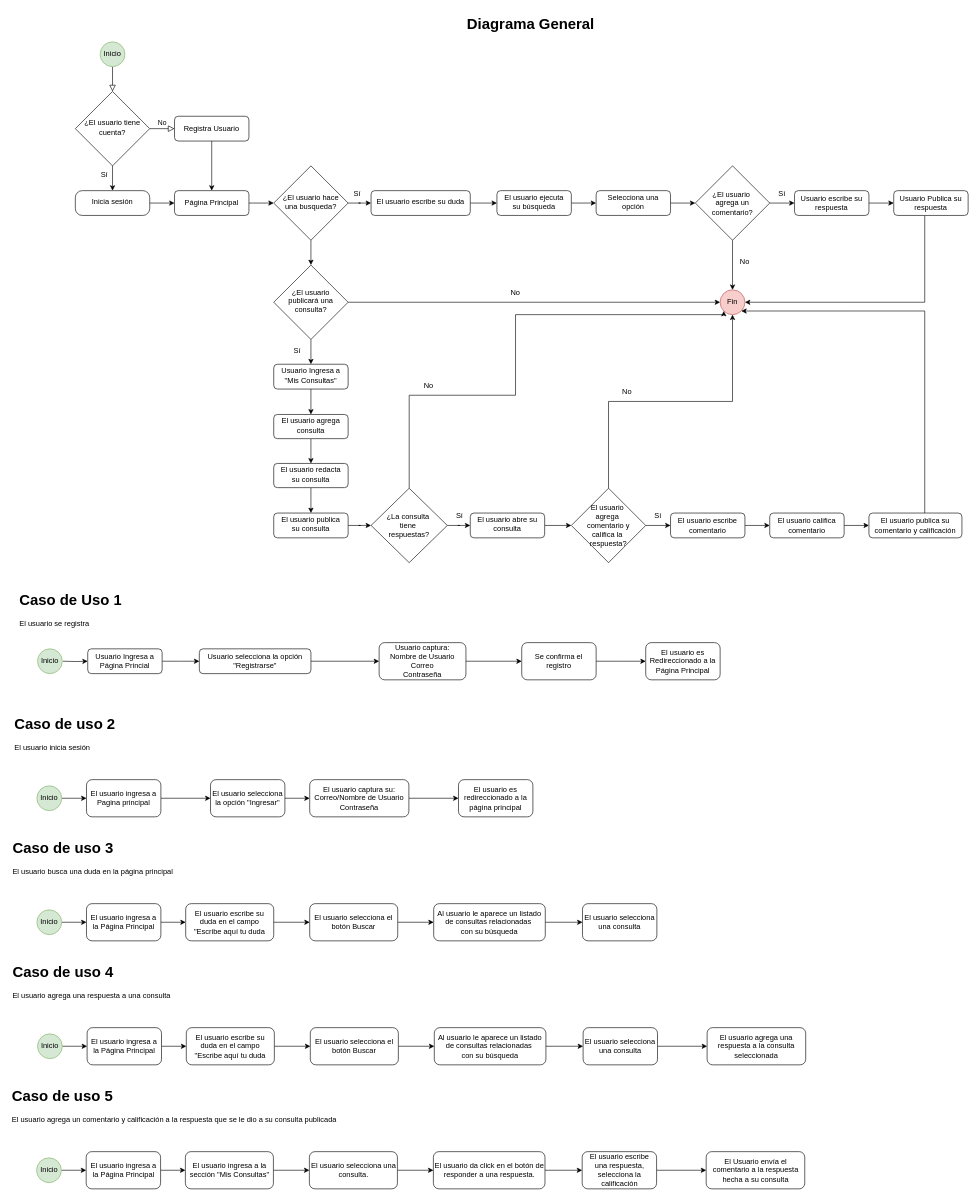
The draw.io diagram Diagrama sin título.drawio in ELENAHCH18/Proyecto_Colabora, before the edit. Source tidied: cells renumbered, new cells numbered last; positions are measured from the earlier drawing's top-left corner, leaving out a move shared by most shapes. Both pictures are drawn from the tidied source at 62%, with x=0, y=0 at pixel (11, 11).
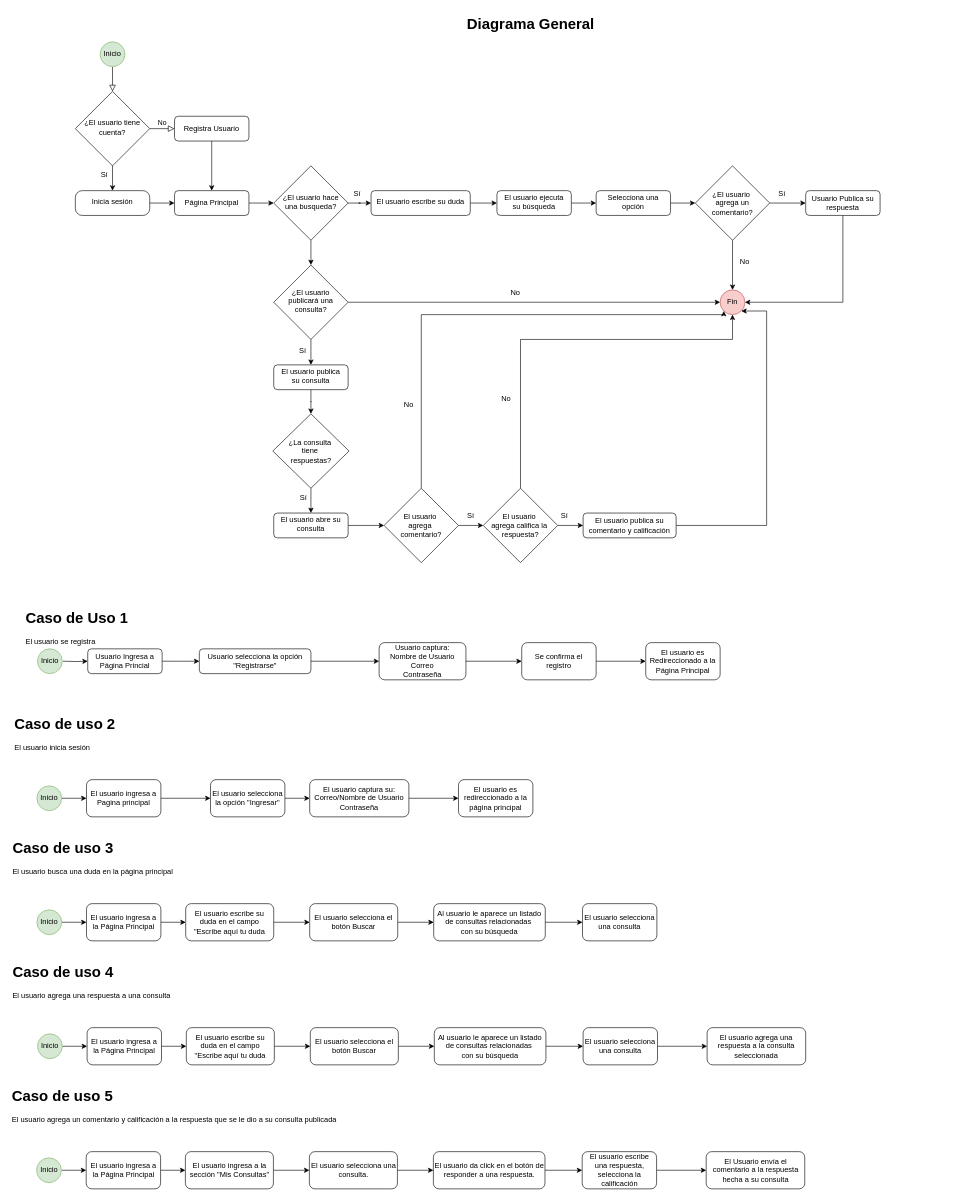
Above is the later version.

The change refers to these unchanged cells:
```xml
<mxCell id="15" value="¿El usuario&lt;div&gt;publicará una&lt;/div&gt;&lt;div&gt;consulta?&lt;/div&gt;" style="rhombus;whiteSpace=wrap;html=1;shadow=0;fontFamily=Helvetica;fontSize=12;align=center;strokeWidth=1;spacing=6;spacingTop=-4;" parent="1" vertex="1">
  <mxGeometry x="424" y="410" width="120" height="120" as="geometry" />
</mxCell>
<mxCell id="29" value="Fin" style="ellipse;whiteSpace=wrap;html=1;fillColor=#f8cecc;strokeColor=#b85450;" parent="1" vertex="1">
  <mxGeometry x="1144" y="450" width="40" height="40" as="geometry" />
</mxCell>
<mxCell id="35" value="¿El usuario&amp;nbsp;&lt;div&gt;agrega un comentario?&lt;/div&gt;" style="rhombus;whiteSpace=wrap;html=1;" parent="1" vertex="1">
  <mxGeometry x="1104" y="250" width="120" height="120" as="geometry" />
</mxCell>
```

The edit, as a diff of the source:
```diff
@@
-    <mxCell id="13" style="edgeStyle=orthogonalEdgeStyle;rounded=0;jettySize=auto;html=1;exitX=0.5;exitY=1;exitDx=0;exitDy=0;" parent="1" edge="1" source="15" target="24">
+    <mxCell id="13" style="edgeStyle=orthogonalEdgeStyle;rounded=0;jettySize=auto;html=1;exitX=0.5;exitY=1;exitDx=0;exitDy=0;entryX=0.5;entryY=0;entryDx=0;entryDy=0;" parent="1" edge="1" source="15" target="44">
       <mxGeometry relative="1" as="geometry" />
     </mxCell>
@@
-    <mxCell id="23" style="edgeStyle=orthogonalEdgeStyle;rounded=0;jettySize=auto;html=1;exitX=0.5;exitY=1;exitDx=0;exitDy=0;" parent="1" edge="1" source="24" target="28">
-      <mxGeometry relative="1" as="geometry" />
-    </mxCell>
-    <mxCell id="24" value="Usuario Ingresa a &quot;Mis Consultas&quot;" style="rounded=1;whiteSpace=wrap;html=1;shadow=0;strokeWidth=1;spacing=6;spacingTop=-4;" parent="1" vertex="1">
-      <mxGeometry x="424" y="570" width="120" height="40" as="geometry" />
-    </mxCell>
     <mxCell id="25" value="Sí" style="text;html=1;align=center;verticalAlign=middle;whiteSpace=wrap;rounded=0;" parent="1" vertex="1">
-      <mxGeometry x="432" y="534" width="60" height="30" as="geometry" />
+      <mxGeometry x="441" y="534" width="60" height="30" as="geometry" />
     </mxCell>
@@
-    <mxCell id="27" style="edgeStyle=orthogonalEdgeStyle;rounded=0;jettySize=auto;html=1;" parent="1" edge="1" source="28" target="46">
-      <mxGeometry relative="1" as="geometry" />
-    </mxCell>
-    <mxCell id="28" value="El usuario agrega consulta" style="whiteSpace=wrap;html=1;rounded=1;shadow=0;strokeWidth=1;spacing=6;spacingTop=-4;" parent="1" vertex="1">
-      <mxGeometry x="424" y="651" width="120" height="39" as="geometry" />
-    </mxCell>
@@
-    <mxCell id="33" style="edgeStyle=orthogonalEdgeStyle;rounded=0;jettySize=auto;html=1;" parent="1" edge="1" source="35" target="38">
+    <mxCell id="33" style="edgeStyle=orthogonalEdgeStyle;rounded=0;jettySize=auto;html=1;entryX=0;entryY=0.5;entryDx=0;entryDy=0;" parent="1" edge="1" source="35" target="40">
       <mxGeometry relative="1" as="geometry" />
     </mxCell>
@@
-    <mxCell id="37" style="edgeStyle=orthogonalEdgeStyle;rounded=0;jettySize=auto;html=1;" parent="1" edge="1" source="38" target="40">
-      <mxGeometry relative="1" as="geometry" />
-    </mxCell>
-    <mxCell id="38" value="Usuario escribe su respuesta" style="rounded=1;whiteSpace=wrap;html=1;" parent="1" vertex="1">
-      <mxGeometry x="1264" y="290" width="120" height="40" as="geometry" />
-    </mxCell>
-    <mxCell id="39" style="edgeStyle=orthogonalEdgeStyle;rounded=0;jettySize=auto;html=1;entryX=1;entryY=0.5;entryDx=0;entryDy=0;" parent="1" edge="1" source="40" target="29">
+    <mxCell id="39" style="edgeStyle=orthogonalEdgeStyle;rounded=0;jettySize=auto;html=1;entryX=1;entryY=0.5;entryDx=0;entryDy=0;exitX=0.5;exitY=1;exitDx=0;exitDy=0;" parent="1" edge="1" source="40" target="29">
       <mxGeometry relative="1" as="geometry">
         <Array as="points">
-          <mxPoint x="1474" y="470" />
+          <mxPoint x="1342" y="470" />
         </Array>
       </mxGeometry>
     </mxCell>
     <mxCell id="40" value="Usuario Publica su respuesta" style="rounded=1;whiteSpace=wrap;html=1;" parent="1" vertex="1">
-      <mxGeometry x="1424" y="290" width="120" height="40" as="geometry" />
+      <mxGeometry x="1282" y="290" width="120" height="40" as="geometry" />
     </mxCell>
@@
     <mxCell id="44" value="El usuario publica su consulta" style="whiteSpace=wrap;html=1;rounded=1;shadow=0;strokeWidth=1;spacing=6;spacingTop=-4;" parent="1" vertex="1">
-      <mxGeometry x="424" y="810" width="120" height="40" as="geometry" />
+      <mxGeometry x="424" y="571" width="120" height="40" as="geometry" />
     </mxCell>
-    <mxCell id="45" style="edgeStyle=orthogonalEdgeStyle;rounded=0;jettySize=auto;html=1;" parent="1" edge="1" source="46" target="44">
-      <mxGeometry relative="1" as="geometry" />
-    </mxCell>
-    <mxCell id="46" value="El usuario redacta su consulta" style="whiteSpace=wrap;html=1;rounded=1;shadow=0;strokeWidth=1;spacing=6;spacingTop=-4;" parent="1" vertex="1">
-      <mxGeometry x="424" y="730" width="120" height="39" as="geometry" />
-    </mxCell>
-    <mxCell id="47" style="edgeStyle=orthogonalEdgeStyle;rounded=0;jettySize=auto;html=1;entryX=0;entryY=1;entryDx=0;entryDy=0;" parent="1" edge="1" source="49" target="29">
-      <mxGeometry relative="1" as="geometry">
-        <Array as="points">
-          <mxPoint x="643" y="620" />
-          <mxPoint x="814" y="620" />
-          <mxPoint x="814" y="490" />
-          <mxPoint x="1150" y="490" />
-        </Array>
-      </mxGeometry>
-    </mxCell>
-    <mxCell id="48" style="edgeStyle=orthogonalEdgeStyle;rounded=0;jettySize=auto;html=1;" parent="1" edge="1" source="49" target="51">
+    <mxCell id="48" style="edgeStyle=orthogonalEdgeStyle;rounded=0;jettySize=auto;html=1;exitX=0.5;exitY=1;exitDx=0;exitDy=0;" parent="1" edge="1" source="49" target="51">
       <mxGeometry relative="1" as="geometry" />
     </mxCell>
     <mxCell id="49" value="¿La consulta&amp;nbsp;&lt;div&gt;tiene&amp;nbsp;&lt;/div&gt;&lt;div&gt;respuestas?&lt;/div&gt;" style="rhombus;whiteSpace=wrap;html=1;" parent="1" vertex="1">
-      <mxGeometry x="581" y="770" width="123" height="120" as="geometry" />
+      <mxGeometry x="422.5" y="650" width="123" height="120" as="geometry" />
     </mxCell>
-    <mxCell id="50" style="edgeStyle=orthogonalEdgeStyle;rounded=0;jettySize=auto;html=1;" parent="1" edge="1" source="51" target="54">
-      <mxGeometry relative="1" as="geometry" />
-    </mxCell>
+    <mxCell id="128" style="edgeStyle=orthogonalEdgeStyle;rounded=0;jettySize=auto;html=1;" parent="1" edge="1" source="51" target="131">
+      <mxGeometry relative="1" as="geometry" />
+    </mxCell>
     <mxCell id="51" value="El usuario abre su consulta" style="whiteSpace=wrap;html=1;rounded=1;shadow=0;strokeWidth=1;spacing=6;spacingTop=-4;" parent="1" vertex="1">
-      <mxGeometry x="741" y="810" width="120" height="40" as="geometry" />
+      <mxGeometry x="424" y="810" width="120" height="40" as="geometry" />
     </mxCell>
-    <mxCell id="52" style="edgeStyle=orthogonalEdgeStyle;rounded=0;jettySize=auto;html=1;exitX=0.5;exitY=0;exitDx=0;exitDy=0;" parent="1" edge="1" source="54" target="29">
-      <mxGeometry relative="1" as="geometry" />
+    <mxCell id="52" style="edgeStyle=orthogonalEdgeStyle;rounded=0;jettySize=auto;html=1;exitX=0.5;exitY=0;exitDx=0;exitDy=0;entryX=0;entryY=1;entryDx=0;entryDy=0;" parent="1" edge="1" source="131" target="29">
+      <mxGeometry relative="1" as="geometry">
+        <Array as="points">
+          <mxPoint x="662" y="490" />
+          <mxPoint x="1150" y="490" />
+        </Array>
+      </mxGeometry>
     </mxCell>
-    <mxCell id="53" style="edgeStyle=orthogonalEdgeStyle;rounded=0;jettySize=auto;html=1;" parent="1" edge="1" source="54" target="56">
+    <mxCell id="53" style="edgeStyle=orthogonalEdgeStyle;rounded=0;jettySize=auto;html=1;entryX=0;entryY=0.5;entryDx=0;entryDy=0;" parent="1" edge="1" source="54" target="60">
       <mxGeometry relative="1" as="geometry" />
     </mxCell>
+    <mxCell id="129" style="edgeStyle=orthogonalEdgeStyle;rounded=0;jettySize=auto;html=1;exitX=0.5;exitY=0;exitDx=0;exitDy=0;entryX=0.5;entryY=1;entryDx=0;entryDy=0;" parent="1" edge="1" source="54" target="29">
+      <mxGeometry relative="1" as="geometry">
+        <Array as="points">
+          <mxPoint x="822" y="530" />
+          <mxPoint x="1164" y="530" />
+        </Array>
+      </mxGeometry>
+    </mxCell>
-    <mxCell id="54" value="El usuario&amp;nbsp;&lt;div&gt;agrega&amp;nbsp;&lt;/div&gt;&lt;div&gt;comentario y califica&amp;nbsp;&lt;span style=&quot;background-color: initial;&quot;&gt;la&amp;nbsp;&lt;/span&gt;&lt;/div&gt;&lt;div&gt;respuesta?&lt;/div&gt;" style="rhombus;whiteSpace=wrap;html=1;" parent="1" vertex="1">
-      <mxGeometry x="904" y="770" width="120" height="120" as="geometry" />
+    <mxCell id="54" value="El usuario&amp;nbsp;&lt;div&gt;agrega&lt;span style=&quot;background-color: initial;&quot;&gt;&amp;nbsp;califica&amp;nbsp;&lt;/span&gt;&lt;span style=&quot;background-color: initial;&quot;&gt;la&amp;nbsp;&lt;/span&gt;&lt;/div&gt;&lt;div&gt;respuesta?&lt;/div&gt;" style="rhombus;whiteSpace=wrap;html=1;" parent="1" vertex="1">
+      <mxGeometry x="762" y="770" width="120" height="120" as="geometry" />
     </mxCell>
-    <mxCell id="55" style="edgeStyle=orthogonalEdgeStyle;rounded=0;jettySize=auto;html=1;" parent="1" edge="1" source="56" target="58">
-      <mxGeometry relative="1" as="geometry" />
-    </mxCell>
-    <mxCell id="56" value="El usuario escribe comentario" style="rounded=1;whiteSpace=wrap;html=1;" parent="1" vertex="1">
-      <mxGeometry x="1064" y="810" width="120" height="40" as="geometry" />
-    </mxCell>
-    <mxCell id="57" style="edgeStyle=orthogonalEdgeStyle;rounded=0;jettySize=auto;html=1;" parent="1" edge="1" source="58" target="60">
-      <mxGeometry relative="1" as="geometry" />
-    </mxCell>
-    <mxCell id="58" value="El usuario califica comentario" style="rounded=1;whiteSpace=wrap;html=1;" parent="1" vertex="1">
-      <mxGeometry x="1224" y="810" width="120" height="40" as="geometry" />
-    </mxCell>
-    <mxCell id="59" style="edgeStyle=orthogonalEdgeStyle;rounded=0;jettySize=auto;html=1;entryX=1;entryY=1;entryDx=0;entryDy=0;" parent="1" edge="1" source="60" target="29">
+    <mxCell id="59" style="edgeStyle=orthogonalEdgeStyle;rounded=0;jettySize=auto;html=1;entryX=1;entryY=1;entryDx=0;entryDy=0;exitX=1;exitY=0.5;exitDx=0;exitDy=0;" parent="1" edge="1" source="60" target="29">
       <mxGeometry relative="1" as="geometry">
         <Array as="points">
-          <mxPoint x="1474" y="484" />
+          <mxPoint x="1219" y="830" />
+          <mxPoint x="1219" y="484" />
         </Array>
       </mxGeometry>
     </mxCell>
     <mxCell id="60" value="El usuario publica su comentario y calificación" style="whiteSpace=wrap;html=1;rounded=1;" parent="1" vertex="1">
-      <mxGeometry x="1384" y="810" width="150" height="40" as="geometry" />
+      <mxGeometry x="923" y="810" width="150" height="40" as="geometry" />
     </mxCell>
-    <mxCell id="61" value="No" style="text;html=1;align=center;verticalAlign=middle;whiteSpace=wrap;rounded=0;" parent="1" vertex="1">
-      <mxGeometry x="644" y="590" width="60" height="30" as="geometry" />
-    </mxCell>
-    <mxCell id="62" value="Sí" style="text;html=1;align=center;verticalAlign=middle;whiteSpace=wrap;rounded=0;" parent="1" vertex="1">
-      <mxGeometry x="694" y="800" width="60" height="30" as="geometry" />
-    </mxCell>
     <mxCell id="63" value="Sí" style="text;html=1;align=center;verticalAlign=middle;whiteSpace=wrap;rounded=0;" parent="1" vertex="1">
-      <mxGeometry x="1014" y="800" width="60" height="30" as="geometry" />
+      <mxGeometry x="712" y="800" width="60" height="30" as="geometry" />
     </mxCell>
     <mxCell id="64" value="No" style="text;html=1;align=center;verticalAlign=middle;whiteSpace=wrap;rounded=0;" parent="1" vertex="1">
-      <mxGeometry x="964" y="600" width="60" height="30" as="geometry" />
+      <mxGeometry x="612" y="620" width="60" height="30" as="geometry" />
     </mxCell>
     <mxCell id="65" value="&lt;h1 style=&quot;margin-top: 0px;&quot;&gt;Caso de Uso 1&lt;/h1&gt;&lt;p&gt;El usuario se registra&lt;/p&gt;" style="text;html=1;whiteSpace=wrap;overflow=hidden;rounded=0;" parent="1" vertex="1">
-      <mxGeometry x="12" y="930" width="870" height="70" as="geometry" />
+      <mxGeometry x="22" y="959" width="870" height="70" as="geometry" />
     </mxCell>
@@
+    <mxCell id="130" style="edgeStyle=orthogonalEdgeStyle;rounded=0;jettySize=auto;html=1;" parent="1" edge="1" source="131" target="54">
+      <mxGeometry relative="1" as="geometry" />
+    </mxCell>
+    <mxCell id="131" value="El usuario&amp;nbsp;&lt;div&gt;agrega&amp;nbsp;&lt;/div&gt;&lt;div&gt;comentario&lt;span style=&quot;background-color: initial;&quot;&gt;?&lt;/span&gt;&lt;/div&gt;" style="rhombus;whiteSpace=wrap;html=1;" parent="1" vertex="1">
+      <mxGeometry x="602" y="770" width="120" height="120" as="geometry" />
+    </mxCell>
+    <mxCell id="132" value="Sí" style="text;html=1;align=center;verticalAlign=middle;whiteSpace=wrap;rounded=0;" parent="1" vertex="1">
+      <mxGeometry x="442" y="770" width="60" height="30" as="geometry" />
+    </mxCell>
+    <mxCell id="61" value="No" style="text;html=1;align=center;verticalAlign=middle;whiteSpace=wrap;rounded=0;" parent="1" vertex="1">
+      <mxGeometry x="769" y="611" width="60" height="30" as="geometry" />
+    </mxCell>
+    <mxCell id="133" value="Sí" style="text;html=1;align=center;verticalAlign=middle;whiteSpace=wrap;rounded=0;" parent="1" vertex="1">
+      <mxGeometry x="863" y="800" width="60" height="30" as="geometry" />
+    </mxCell>
```
